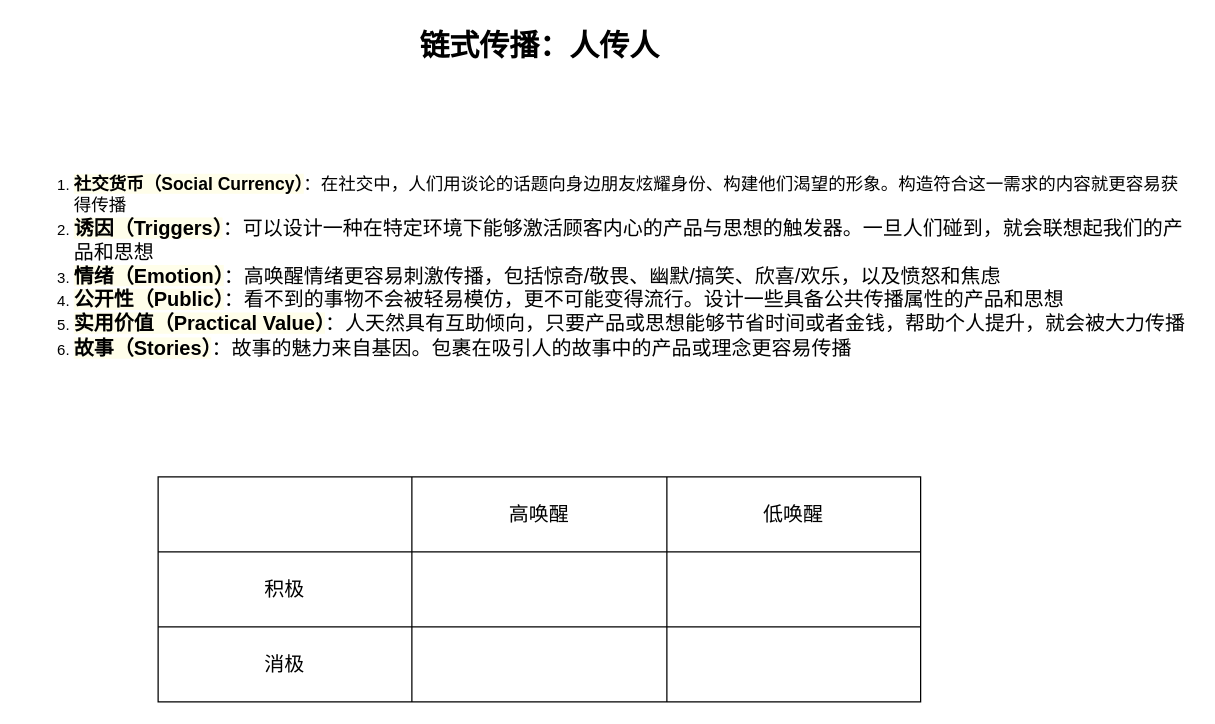
The draw.io diagram 未命名绘图.drawio in ywdlucking/uml, before the edit. Source tidied: cells renumbered, new cells numbered last; positions are measured from the earlier drawing's top-left corner, leaving out a move shared by most shapes. Both pictures are drawn from the tidied source at 125%, with x=0, y=0 at pixel (21, 21).
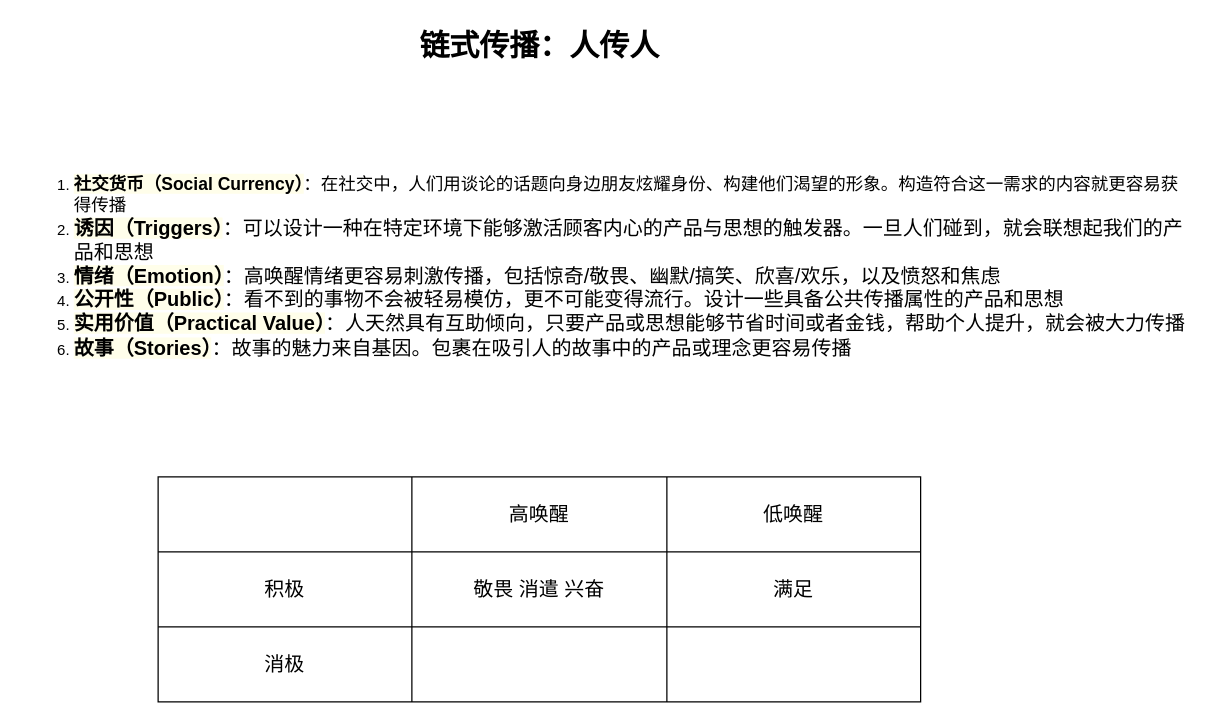
After the change.

Change to the diagram source:
```diff
@@
 <mxGraphModel>
   <root>
     <mxCell id="0" />
     <mxCell id="1" parent="0" />
     <mxCell id="2" style="shape=table;startSize=0;childLayout=tableLayout;fontSize=16;" parent="1" vertex="1">
       <mxGeometry x="109" y="364" width="610" height="180" as="geometry" />
     </mxCell>
     <mxCell id="3" style="shape=tableRow;horizontal=0;startSize=0;swimlaneHead=0;swimlaneBody=0;strokeColor=inherit;top=0;left=0;bottom=0;right=0;fillColor=none;fontSize=16;" parent="2" vertex="1">
       <mxGeometry width="610" height="60" as="geometry" />
     </mxCell>
     <mxCell id="4" style="shape=partialRectangle;html=1;whiteSpace=wrap;strokeColor=inherit;overflow=hidden;fillColor=none;top=0;left=0;bottom=0;right=0;fontSize=16;" parent="3" vertex="1">
       <mxGeometry width="203" height="60" as="geometry" />
     </mxCell>
     <mxCell id="5" value="高唤醒" style="shape=partialRectangle;html=1;whiteSpace=wrap;strokeColor=inherit;overflow=hidden;fillColor=none;top=0;left=0;bottom=0;right=0;fontSize=16;" parent="3" vertex="1">
       <mxGeometry x="203" width="204" height="60" as="geometry" />
     </mxCell>
     <mxCell id="6" value="低唤醒" style="shape=partialRectangle;html=1;whiteSpace=wrap;strokeColor=inherit;overflow=hidden;fillColor=none;top=0;left=0;bottom=0;right=0;fontSize=16;" parent="3" vertex="1">
       <mxGeometry x="407" width="203" height="60" as="geometry" />
     </mxCell>
     <mxCell id="7" style="shape=tableRow;horizontal=0;startSize=0;swimlaneHead=0;swimlaneBody=0;strokeColor=inherit;top=0;left=0;bottom=0;right=0;fillColor=none;fontSize=16;" parent="2" vertex="1">
       <mxGeometry y="60" width="610" height="60" as="geometry" />
     </mxCell>
     <mxCell id="8" value="积极" style="shape=partialRectangle;html=1;whiteSpace=wrap;strokeColor=inherit;overflow=hidden;fillColor=none;top=0;left=0;bottom=0;right=0;fontSize=16;" parent="7" vertex="1">
       <mxGeometry width="203" height="60" as="geometry" />
     </mxCell>
-    <mxCell id="9" style="shape=partialRectangle;html=1;whiteSpace=wrap;strokeColor=inherit;overflow=hidden;fillColor=none;top=0;left=0;bottom=0;right=0;fontSize=16;" parent="7" vertex="1">
+    <mxCell id="9" value="敬畏 消遣 兴奋" style="shape=partialRectangle;html=1;whiteSpace=wrap;strokeColor=inherit;overflow=hidden;fillColor=none;top=0;left=0;bottom=0;right=0;fontSize=16;" parent="7" vertex="1">
       <mxGeometry x="203" width="204" height="60" as="geometry" />
     </mxCell>
-    <mxCell id="10" style="shape=partialRectangle;html=1;whiteSpace=wrap;strokeColor=inherit;overflow=hidden;fillColor=none;top=0;left=0;bottom=0;right=0;fontSize=16;" parent="7" vertex="1">
+    <mxCell id="10" value="满足" style="shape=partialRectangle;html=1;whiteSpace=wrap;strokeColor=inherit;overflow=hidden;fillColor=none;top=0;left=0;bottom=0;right=0;fontSize=16;" parent="7" vertex="1">
       <mxGeometry x="407" width="203" height="60" as="geometry" />
     </mxCell>
     <mxCell id="11" style="shape=tableRow;horizontal=0;startSize=0;swimlaneHead=0;swimlaneBody=0;strokeColor=inherit;top=0;left=0;bottom=0;right=0;fillColor=none;fontSize=16;" parent="2" vertex="1">
       <mxGeometry y="120" width="610" height="60" as="geometry" />
     </mxCell>
     <mxCell id="12" value="消极" style="shape=partialRectangle;html=1;whiteSpace=wrap;strokeColor=inherit;overflow=hidden;fillColor=none;top=0;left=0;bottom=0;right=0;fontSize=16;" parent="11" vertex="1">
       <mxGeometry width="203" height="60" as="geometry" />
     </mxCell>
     <mxCell id="13" style="shape=partialRectangle;html=1;whiteSpace=wrap;strokeColor=inherit;overflow=hidden;fillColor=none;top=0;left=0;bottom=0;right=0;fontSize=16;" parent="11" vertex="1">
       <mxGeometry x="203" width="204" height="60" as="geometry" />
     </mxCell>
     <mxCell id="14" style="shape=partialRectangle;html=1;whiteSpace=wrap;strokeColor=inherit;overflow=hidden;fillColor=none;top=0;left=0;bottom=0;right=0;fontSize=16;" parent="11" vertex="1">
       <mxGeometry x="407" width="203" height="60" as="geometry" />
     </mxCell>
     <mxCell id="15" value="链式传播：人传人" style="text;strokeColor=none;fillColor=none;html=1;fontSize=24;fontStyle=1;verticalAlign=middle;align=center;" parent="1" vertex="1">
       <mxGeometry x="364" width="100" height="40" as="geometry" />
     </mxCell>
     <mxCell id="16" value="&lt;ol&gt;&lt;li style=&quot;box-sizing: border-box;&quot;&gt;&lt;font style=&quot;font-size: 14px;&quot;&gt;&lt;span style=&quot;box-sizing: border-box; font-weight: bolder; background-color: rgba(255, 254, 213, 0.5);&quot;&gt;社交货币（Social Currency）&lt;/span&gt;：在社交中，人们用谈论的话题向身边朋友炫耀身份、构建他们渴望的形象。构造符合这一需求的内容就更容易获得传播&lt;/font&gt;&lt;/li&gt;&lt;li style=&quot;box-sizing: border-box;&quot;&gt;&lt;font size=&quot;3&quot; style=&quot;&quot;&gt;&lt;span style=&quot;box-sizing: border-box; font-weight: bolder; background-color: rgba(255, 254, 213, 0.5);&quot;&gt;诱因（Triggers）&lt;/span&gt;：可以设计一种在特定环境下能够激活顾客内心的产品与思想的触发器。一旦人们碰到，就会联想起我们的产品和思想&lt;/font&gt;&lt;/li&gt;&lt;li style=&quot;box-sizing: border-box;&quot;&gt;&lt;font size=&quot;3&quot;&gt;&lt;span style=&quot;box-sizing: border-box; font-weight: bolder; background-color: rgba(255, 254, 213, 0.5);&quot;&gt;情绪（Emotion）&lt;/span&gt;：高唤醒情绪更容易刺激传播，包括惊奇/敬畏、幽默/搞笑、欣喜/欢乐，以及愤怒和焦虑&lt;/font&gt;&lt;/li&gt;&lt;li style=&quot;box-sizing: border-box;&quot;&gt;&lt;font size=&quot;3&quot;&gt;&lt;span style=&quot;box-sizing: border-box; font-weight: bolder; background-color: rgba(255, 254, 213, 0.5);&quot;&gt;公开性（Public）&lt;/span&gt;：看不到的事物不会被轻易模仿，更不可能变得流行。设计一些具备公共传播属性的产品和思想&lt;/font&gt;&lt;/li&gt;&lt;li style=&quot;box-sizing: border-box;&quot;&gt;&lt;font size=&quot;3&quot;&gt;&lt;span style=&quot;box-sizing: border-box; font-weight: bolder; background-color: rgba(255, 254, 213, 0.5);&quot;&gt;实用价值（Practical Value）&lt;/span&gt;：人天然具有互助倾向，只要产品或思想能够节省时间或者金钱，帮助个人提升，就会被大力传播&lt;/font&gt;&lt;/li&gt;&lt;li style=&quot;box-sizing: border-box;&quot;&gt;&lt;font size=&quot;3&quot;&gt;&lt;span style=&quot;box-sizing: border-box; font-weight: bolder; background-color: rgba(255, 254, 213, 0.5);&quot;&gt;故事（Stories）&lt;/span&gt;：故事的魅力来自基因。包裹在吸引人的故事中的产品或理念更容易传播&lt;/font&gt;&lt;/li&gt;&lt;/ol&gt;" style="text;strokeColor=none;fillColor=none;html=1;whiteSpace=wrap;verticalAlign=middle;overflow=hidden;" parent="1" vertex="1">
       <mxGeometry y="84" width="938" height="224" as="geometry" />
     </mxCell>
   </root>
 </mxGraphModel>
```
